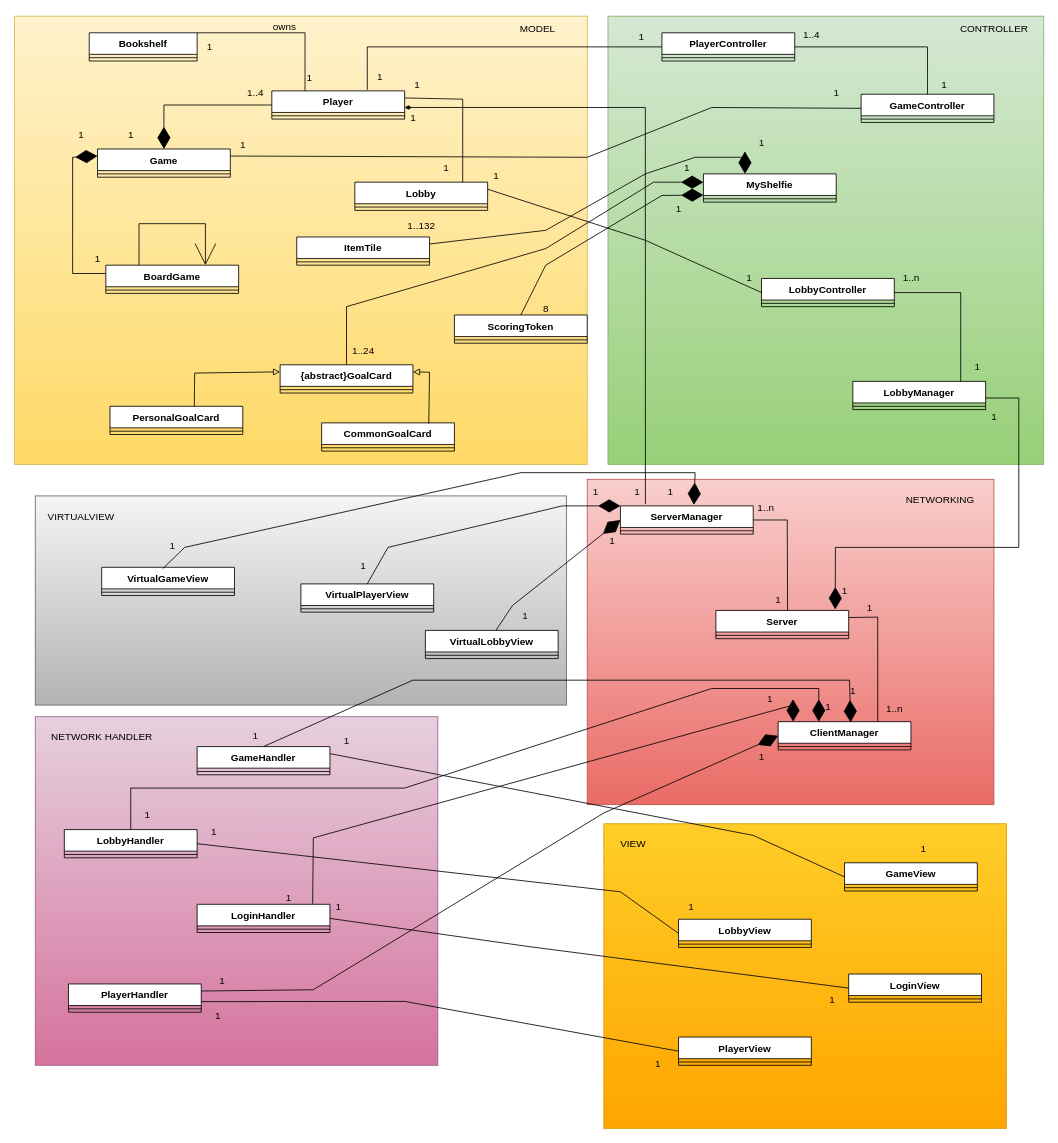
The draw.io diagram deliverables/final/uml/class diagrams/ClassDiagram1_final.drawio in andbna10/ing-sw-2023-Gentile-Gangi-Grandi-Isgro, before the edit. Source tidied: cells renumbered, new cells numbered last; positions are measured from the earlier drawing's top-left corner, leaving out a move shared by most shapes. Both pictures are drawn from the tidied source at 83%, with x=0, y=0 at pixel (14, 14).
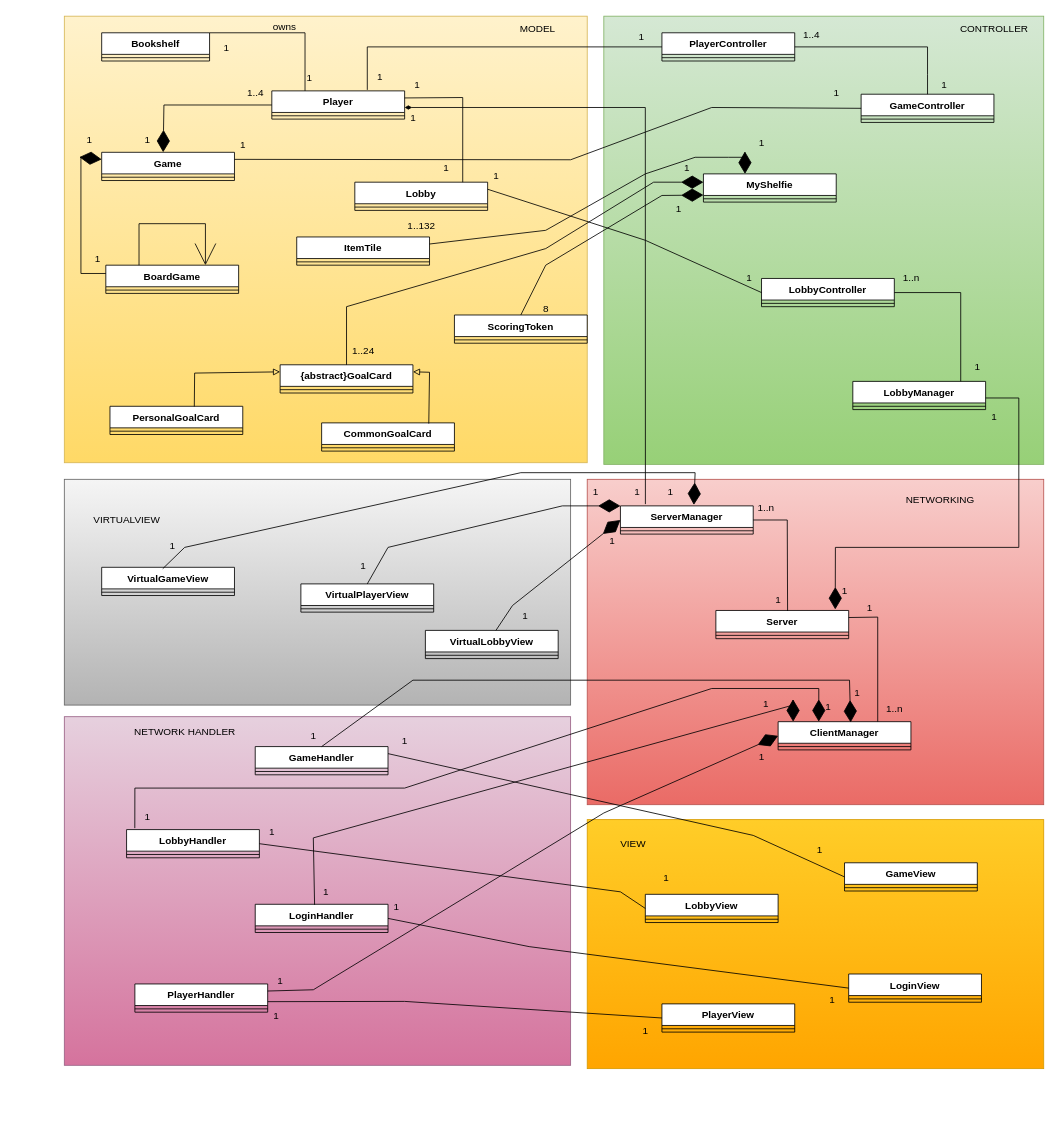
After the change.

Commit message (it also covers changes not shown here):
class diagram 1 finale updated

Unchanged cells that the change refers to:
```xml
<mxCell id="12" value="Player" style="swimlane;fontStyle=1;align=center;verticalAlign=top;horizontal=1;startSize=26;whiteSpace=wrap;html=1;" parent="1" vertex="1">
  <mxGeometry x="310" y="92" width="160" height="34" as="geometry" />
</mxCell>
<mxCell id="28" value="GameController" style="swimlane;fontStyle=1;align=center;verticalAlign=top;horizontal=1;startSize=26;whiteSpace=wrap;html=1;" parent="1" vertex="1">
  <mxGeometry x="1020" y="96" width="160" height="34" as="geometry" />
</mxCell>
<mxCell id="44" value="ClientManager" style="swimlane;fontStyle=1;align=center;verticalAlign=top;horizontal=1;startSize=26;whiteSpace=wrap;html=1;" parent="1" vertex="1">
  <mxGeometry x="920" y="852" width="160" height="34" as="geometry" />
</mxCell>
```

Diff of the diagram source:
```diff
@@
     <mxCell id="2" style="rounded=0;whiteSpace=wrap;html=1;fillColor=#ffcd28;gradientColor=#ffa500;strokeColor=#d79b00;" parent="1" vertex="1">
-      <mxGeometry x="710" y="975" width="485" height="367" as="geometry" />
+      <mxGeometry x="690" y="970" width="550" height="300" as="geometry" />
     </mxCell>
     <mxCell id="3" style="rounded=0;whiteSpace=wrap;html=1;fillColor=#e6d0de;gradientColor=#d5739d;strokeColor=#996185;" parent="1" vertex="1">
-      <mxGeometry x="25" y="846" width="485" height="420" as="geometry" />
+      <mxGeometry x="60" y="846" width="610" height="420" as="geometry" />
     </mxCell>
     <mxCell id="4" style="rounded=0;whiteSpace=wrap;html=1;fillColor=#f8cecc;gradientColor=#ea6b66;strokeColor=#b85450;" parent="1" vertex="1">
-      <mxGeometry x="690" y="560" width="490" height="392" as="geometry" />
+      <mxGeometry x="690" y="560" width="550" height="392" as="geometry" />
     </mxCell>
     <mxCell id="5" style="rounded=0;whiteSpace=wrap;html=1;fillColor=#f5f5f5;gradientColor=#b3b3b3;strokeColor=#666666;" parent="1" vertex="1">
-      <mxGeometry x="25" y="580" width="640" height="252" as="geometry" />
+      <mxGeometry x="60" y="560" width="610" height="272" as="geometry" />
     </mxCell>
     <mxCell id="6" style="rounded=0;whiteSpace=wrap;html=1;fillColor=#d5e8d4;gradientColor=#97d077;strokeColor=#82b366;" parent="1" vertex="1">
-      <mxGeometry x="715" y="2" width="525" height="540" as="geometry" />
+      <mxGeometry x="710" y="2" width="530" height="540" as="geometry" />
     </mxCell>
     <mxCell id="7" style="rounded=0;whiteSpace=wrap;html=1;fillColor=#fff2cc;strokeColor=#d6b656;gradientColor=#ffd966;" parent="1" vertex="1">
-      <mxGeometry y="2" width="690" height="540" as="geometry" />
+      <mxGeometry x="60" y="2" width="630" height="538" as="geometry" />
     </mxCell>
     <mxCell id="8" value="Bookshelf" style="swimlane;fontStyle=1;align=center;verticalAlign=top;horizontal=1;startSize=26;whiteSpace=wrap;html=1;" parent="1" vertex="1">
-      <mxGeometry x="90" y="22" width="130" height="34" as="geometry" />
+      <mxGeometry x="105" y="22" width="130" height="34" as="geometry" />
     </mxCell>
@@
     <mxCell id="16" value="Game" style="swimlane;fontStyle=1;align=center;verticalAlign=top;horizontal=1;startSize=26;whiteSpace=wrap;html=1;" parent="1" vertex="1">
-      <mxGeometry x="100" y="162" width="160" height="34" as="geometry" />
+      <mxGeometry x="105" y="166" width="160" height="34" as="geometry" />
     </mxCell>
@@
     <mxCell id="52" value="1" style="text;html=1;align=center;verticalAlign=middle;strokeColor=none;fillColor=none;" parent="1" vertex="1">
-      <mxGeometry x="220" y="24" width="30" height="30" as="geometry" />
+      <mxGeometry x="240" y="26" width="30" height="30" as="geometry" />
     </mxCell>
@@
-    <mxCell id="54" style="endArrow=diamondThin;endFill=1;endSize=24;html=1;rounded=0;exitX=0;exitY=0.5;exitDx=0;exitDy=0;entryX=0.5;entryY=0;entryDx=0;entryDy=0;" parent="1" edge="1" source="12" target="16">
+    <mxCell id="54" style="endArrow=diamondThin;endFill=1;endSize=24;html=1;rounded=0;exitX=0;exitY=0.5;exitDx=0;exitDy=0;entryX=0.463;entryY=-0.004;entryDx=0;entryDy=0;entryPerimeter=0;" parent="1" edge="1" source="12" target="16">
       <mxGeometry relative="1" as="geometry">
         <Array as="points">
           <mxPoint x="180" y="109" />
         </Array>
       </mxGeometry>
     </mxCell>
-    <mxCell id="55" value="1" style="text;html=1;align=center;verticalAlign=middle;strokeColor=none;fillColor=none;" parent="1" vertex="1">
-      <mxGeometry x="125" y="130" width="30" height="30" as="geometry" />
+    <mxCell id="55" value="1" style="text;html=1;align=center;verticalAlign=middle;strokeColor=none;fillColor=none;rotation=0;" parent="1" vertex="1">
+      <mxGeometry x="145" y="136" width="30" height="30" as="geometry" />
     </mxCell>
@@
     <mxCell id="57" style="endArrow=diamondThin;endFill=1;endSize=24;html=1;rounded=0;entryX=0;entryY=0.25;entryDx=0;entryDy=0;" parent="1" edge="1" target="16">
       <mxGeometry relative="1" as="geometry">
         <mxPoint x="110" y="312" as="sourcePoint" />
         <Array as="points">
-          <mxPoint x="70" y="312" />
-          <mxPoint x="70" y="172" />
+          <mxPoint x="80" y="312" />
+          <mxPoint x="80" y="172" />
         </Array>
       </mxGeometry>
     </mxCell>
     <mxCell id="58" value="1" style="text;html=1;align=center;verticalAlign=middle;strokeColor=none;fillColor=none;" parent="1" vertex="1">
-      <mxGeometry x="65" y="130" width="30" height="30" as="geometry" />
+      <mxGeometry x="75" y="136" width="30" height="30" as="geometry" />
     </mxCell>
@@
     <mxCell id="67" style="endArrow=none;endFill=0;endSize=24;html=1;rounded=0;exitX=1;exitY=0.25;exitDx=0;exitDy=0;entryX=0;entryY=0.5;entryDx=0;entryDy=0;" parent="1" edge="1" source="16" target="28">
       <mxGeometry relative="1" as="geometry">
         <Array as="points">
-          <mxPoint x="690" y="172" />
+          <mxPoint x="670" y="175" />
           <mxPoint x="840" y="112" />
         </Array>
       </mxGeometry>
     </mxCell>
@@
     <mxCell id="87" style="endArrow=none;endFill=0;endSize=24;html=1;rounded=0;exitX=1;exitY=0.25;exitDx=0;exitDy=0;startArrow=none;startFill=0;" parent="1" edge="1" source="12">
       <mxGeometry relative="1" as="geometry">
         <mxPoint x="540" y="202" as="targetPoint" />
         <Array as="points">
-          <mxPoint x="540" y="102" />
+          <mxPoint x="540" y="100" />
         </Array>
       </mxGeometry>
     </mxCell>
@@
     <mxCell id="111" value="LobbyHandler" style="swimlane;fontStyle=1;align=center;verticalAlign=top;horizontal=1;startSize=26;whiteSpace=wrap;html=1;" parent="1" vertex="1">
-      <mxGeometry x="60" y="982" width="160" height="34" as="geometry" />
+      <mxGeometry x="135" y="982" width="160" height="34" as="geometry" />
     </mxCell>
@@
     <mxCell id="113" value="GameHandler" style="swimlane;fontStyle=1;align=center;verticalAlign=top;horizontal=1;startSize=26;whiteSpace=wrap;html=1;" parent="1" vertex="1">
-      <mxGeometry x="220" y="882" width="160" height="34" as="geometry" />
+      <mxGeometry x="290" y="882" width="160" height="34" as="geometry" />
     </mxCell>
@@
     <mxCell id="115" value="LoginHandler" style="swimlane;fontStyle=1;align=center;verticalAlign=top;horizontal=1;startSize=26;whiteSpace=wrap;html=1;" parent="1" vertex="1">
-      <mxGeometry x="220" y="1072" width="160" height="34" as="geometry" />
+      <mxGeometry x="290" y="1072" width="160" height="34" as="geometry" />
     </mxCell>
@@
     <mxCell id="117" value="PlayerHandler" style="swimlane;fontStyle=1;align=center;verticalAlign=top;horizontal=1;startSize=26;whiteSpace=wrap;html=1;" parent="1" vertex="1">
-      <mxGeometry x="65" y="1168" width="160" height="34" as="geometry" />
+      <mxGeometry x="145" y="1168" width="160" height="34" as="geometry" />
     </mxCell>
@@
-    <mxCell id="119" style="endArrow=diamondThin;endFill=1;endSize=24;html=1;rounded=0;exitX=0.5;exitY=0;exitDx=0;exitDy=0;entryX=0.306;entryY=0;entryDx=0;entryDy=0;entryPerimeter=0;startArrow=none;startFill=0;" parent="1" edge="1" source="111" target="44">
+    <mxCell id="119" style="endArrow=diamondThin;endFill=1;endSize=24;html=1;rounded=0;exitX=0.062;exitY=-0.051;exitDx=0;exitDy=0;entryX=0.306;entryY=0;entryDx=0;entryDy=0;entryPerimeter=0;startArrow=none;startFill=0;exitPerimeter=0;" parent="1" edge="1" source="111" target="44">
       <mxGeometry relative="1" as="geometry">
         <Array as="points">
-          <mxPoint x="140" y="932" />
+          <mxPoint x="145" y="932" />
           <mxPoint x="470" y="932" />
           <mxPoint x="840" y="812" />
           <mxPoint x="969" y="812" />
         </Array>
       </mxGeometry>
     </mxCell>
-    <mxCell id="120" style="endArrow=diamondThin;endFill=1;endSize=24;html=1;rounded=0;exitX=0.87;exitY=-0.024;exitDx=0;exitDy=0;entryX=0.113;entryY=0;entryDx=0;entryDy=0;entryPerimeter=0;startArrow=none;startFill=0;exitPerimeter=0;" parent="1" edge="1" source="115" target="44">
+    <mxCell id="120" style="endArrow=diamondThin;endFill=1;endSize=24;html=1;rounded=0;exitX=0.447;exitY=0.018;exitDx=0;exitDy=0;entryX=0.113;entryY=0;entryDx=0;entryDy=0;entryPerimeter=0;startArrow=none;startFill=0;exitPerimeter=0;" parent="1" edge="1" source="115" target="44">
       <mxGeometry relative="1" as="geometry">
         <Array as="points">
           <mxPoint x="360" y="992" />
           <mxPoint x="938" y="832" />
         </Array>
       </mxGeometry>
     </mxCell>
@@
     <mxCell id="123" value="1" style="text;html=1;align=center;verticalAlign=middle;strokeColor=none;fillColor=none;" parent="1" vertex="1">
-      <mxGeometry x="275" y="854" width="30" height="30" as="geometry" />
+      <mxGeometry x="345" y="854" width="30" height="30" as="geometry" />
     </mxCell>
     <mxCell id="124" value="1" style="text;html=1;align=center;verticalAlign=middle;strokeColor=none;fillColor=none;" parent="1" vertex="1">
-      <mxGeometry x="145" y="950" width="30" height="30" as="geometry" />
+      <mxGeometry x="145" y="952" width="30" height="30" as="geometry" />
     </mxCell>
     <mxCell id="125" value="1" style="text;html=1;align=center;verticalAlign=middle;strokeColor=none;fillColor=none;" parent="1" vertex="1">
-      <mxGeometry x="315" y="1050" width="30" height="30" as="geometry" />
+      <mxGeometry x="360" y="1042" width="30" height="30" as="geometry" />
     </mxCell>
     <mxCell id="126" value="1" style="text;html=1;align=center;verticalAlign=middle;strokeColor=none;fillColor=none;" parent="1" vertex="1">
-      <mxGeometry x="235" y="1150" width="30" height="30" as="geometry" />
+      <mxGeometry x="305" y="1150" width="30" height="30" as="geometry" />
     </mxCell>
@@
     <mxCell id="128" value="1" style="text;html=1;align=center;verticalAlign=middle;strokeColor=none;fillColor=none;" parent="1" vertex="1">
-      <mxGeometry x="995" y="800" width="30" height="30" as="geometry" />
+      <mxGeometry x="1000" y="802" width="30" height="30" as="geometry" />
     </mxCell>
@@
     <mxCell id="130" value="1" style="text;html=1;align=center;verticalAlign=middle;strokeColor=none;fillColor=none;" parent="1" vertex="1">
-      <mxGeometry x="895" y="810" width="30" height="30" as="geometry" />
+      <mxGeometry x="890" y="816" width="30" height="30" as="geometry" />
     </mxCell>
     <mxCell id="131" value="PlayerView" style="swimlane;fontStyle=1;align=center;verticalAlign=top;horizontal=1;startSize=26;whiteSpace=wrap;html=1;" parent="1" vertex="1">
-      <mxGeometry x="800" y="1232" width="160" height="34" as="geometry" />
+      <mxGeometry x="780" y="1192" width="160" height="34" as="geometry" />
     </mxCell>
@@
     <mxCell id="137" value="LobbyView" style="swimlane;fontStyle=1;align=center;verticalAlign=top;horizontal=1;startSize=26;whiteSpace=wrap;html=1;" parent="1" vertex="1">
-      <mxGeometry x="800" y="1090" width="160" height="34" as="geometry" />
+      <mxGeometry x="760" y="1060" width="160" height="34" as="geometry" />
     </mxCell>
@@
     <mxCell id="143" value="1" style="text;html=1;align=center;verticalAlign=middle;strokeColor=none;fillColor=none;" parent="1" vertex="1">
-      <mxGeometry x="385" y="860" width="30" height="30" as="geometry" />
+      <mxGeometry x="455" y="860" width="30" height="30" as="geometry" />
     </mxCell>
     <mxCell id="144" value="1" style="text;html=1;align=center;verticalAlign=middle;strokeColor=none;fillColor=none;" parent="1" vertex="1">
-      <mxGeometry x="225" y="970" width="30" height="30" as="geometry" />
+      <mxGeometry x="295" y="970" width="30" height="30" as="geometry" />
     </mxCell>
     <mxCell id="145" value="1" style="text;html=1;align=center;verticalAlign=middle;strokeColor=none;fillColor=none;" parent="1" vertex="1">
-      <mxGeometry x="375" y="1060" width="30" height="30" as="geometry" />
+      <mxGeometry x="445" y="1060" width="30" height="30" as="geometry" />
     </mxCell>
     <mxCell id="146" value="1" style="text;html=1;align=center;verticalAlign=middle;strokeColor=none;fillColor=none;" parent="1" vertex="1">
-      <mxGeometry x="230" y="1192" width="30" height="30" as="geometry" />
+      <mxGeometry x="300" y="1192" width="30" height="30" as="geometry" />
     </mxCell>
     <mxCell id="147" value="1" style="text;html=1;align=center;verticalAlign=middle;strokeColor=none;fillColor=none;" parent="1" vertex="1">
-      <mxGeometry x="760" y="1250" width="30" height="30" as="geometry" />
+      <mxGeometry x="745" y="1210" width="30" height="30" as="geometry" />
     </mxCell>
@@
     <mxCell id="149" value="1" style="text;html=1;align=center;verticalAlign=middle;strokeColor=none;fillColor=none;" parent="1" vertex="1">
-      <mxGeometry x="800" y="1060" width="30" height="30" as="geometry" />
+      <mxGeometry x="770" y="1026" width="30" height="30" as="geometry" />
     </mxCell>
     <mxCell id="150" value="1" style="text;html=1;align=center;verticalAlign=middle;strokeColor=none;fillColor=none;" parent="1" vertex="1">
-      <mxGeometry x="1080" y="990" width="30" height="30" as="geometry" />
+      <mxGeometry x="955" y="992" width="30" height="30" as="geometry" />
     </mxCell>
@@
     <mxCell id="153" value="VIRTUALVIEW" style="text;html=1;align=center;verticalAlign=middle;strokeColor=none;fillColor=none;" parent="1" vertex="1">
-      <mxGeometry x="30" y="590" width="100" height="30" as="geometry" />
+      <mxGeometry x="85" y="594" width="100" height="30" as="geometry" />
     </mxCell>
     <mxCell id="154" value="NETWORK HANDLER" style="text;html=1;align=center;verticalAlign=middle;strokeColor=none;fillColor=none;" parent="1" vertex="1">
-      <mxGeometry x="30" y="856" width="150" height="30" as="geometry" />
+      <mxGeometry x="130" y="850" width="150" height="30" as="geometry" />
     </mxCell>
```
